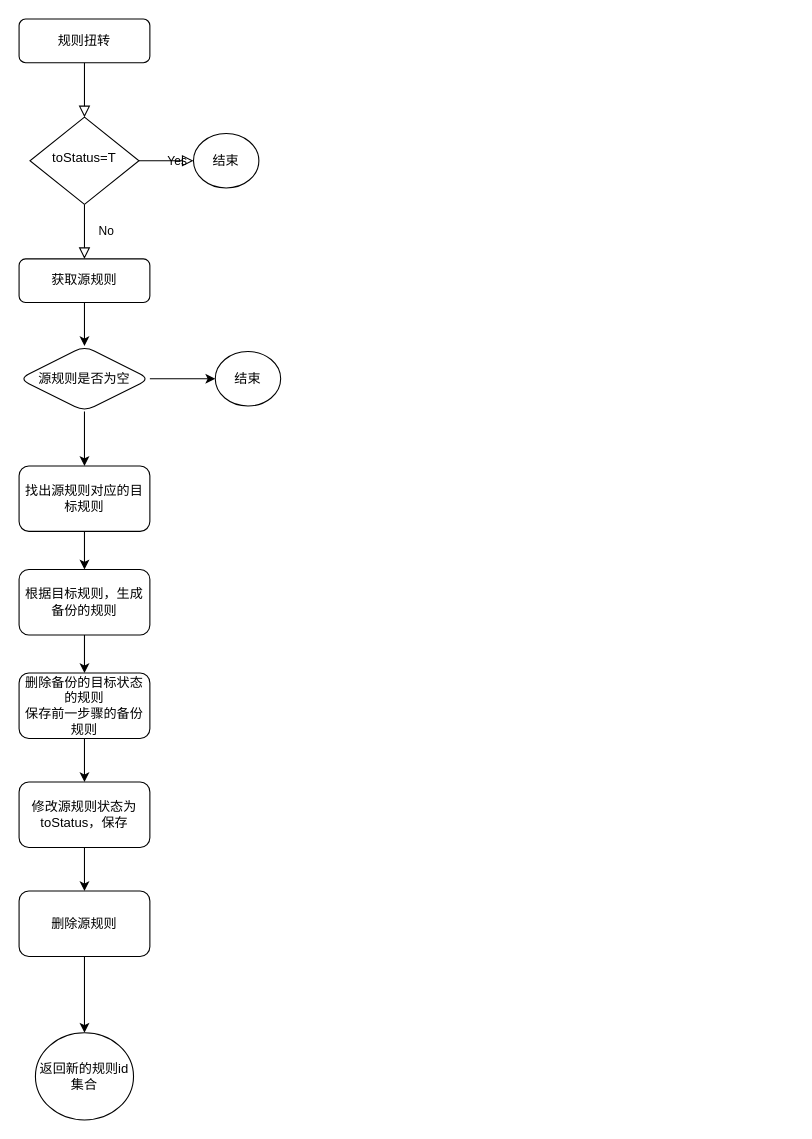
linjun-ddddd/mychat keeps this draw.io diagram as Untitled Diagram.drawio. Above is the earlier version. Source tidied: cells renumbered, new cells numbered last; positions are measured from the earlier drawing's top-left corner, leaving out a move shared by most shapes. Both pictures are drawn from the tidied source at 109%, with x=0, y=0 at pixel (19, 19).
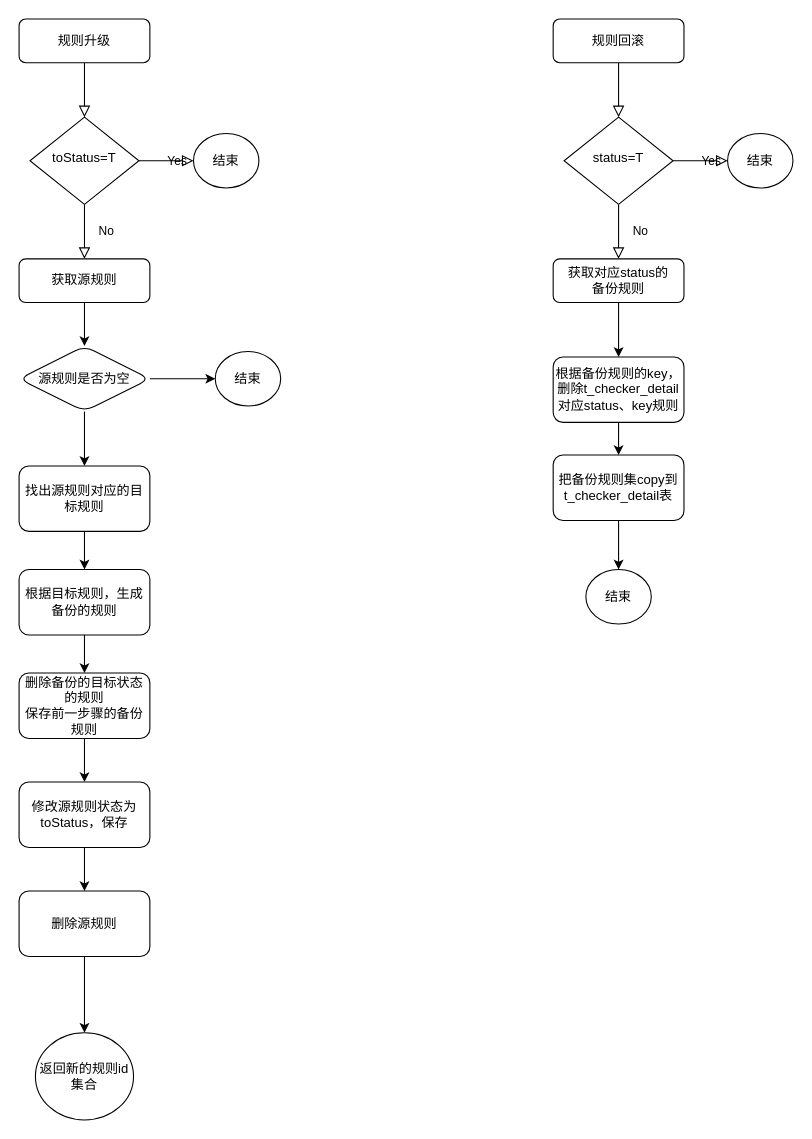
Above is the later version.

Commit message:
update checker status diag

Change to the diagram source:
```diff
@@
-    <mxCell id="3" value="规则扭转" style="rounded=1;whiteSpace=wrap;html=1;fontSize=12;glass=0;strokeWidth=1;shadow=0;" parent="1" vertex="1">
+    <mxCell id="3" value="规则升级" style="rounded=1;whiteSpace=wrap;html=1;fontSize=12;glass=0;strokeWidth=1;shadow=0;" parent="1" vertex="1">
       <mxGeometry width="120" height="40" as="geometry" />
     </mxCell>
@@
+    <mxCell id="25" style="rounded=0;html=1;jettySize=auto;fontSize=11;endArrow=block;endFill=0;endSize=8;strokeWidth=1;shadow=0;labelBackgroundColor=none;edgeStyle=orthogonalEdgeStyle;" parent="1" edge="1" source="26" target="29">
+      <mxGeometry relative="1" as="geometry" />
+    </mxCell>
+    <mxCell id="26" value="规则回滚" style="rounded=1;whiteSpace=wrap;html=1;fontSize=12;glass=0;strokeWidth=1;shadow=0;" parent="1" vertex="1">
+      <mxGeometry x="490" width="120" height="40" as="geometry" />
+    </mxCell>
+    <mxCell id="27" value="No" style="rounded=0;html=1;jettySize=auto;fontSize=11;endArrow=block;endFill=0;endSize=8;strokeWidth=1;shadow=0;labelBackgroundColor=none;edgeStyle=orthogonalEdgeStyle;" parent="1" edge="1" source="29" target="31">
+      <mxGeometry y="20" relative="1" as="geometry" />
+    </mxCell>
+    <mxCell id="28" value="Yes" style="edgeStyle=orthogonalEdgeStyle;rounded=0;html=1;jettySize=auto;fontSize=11;endArrow=block;endFill=0;endSize=8;strokeWidth=1;shadow=0;labelBackgroundColor=none;" parent="1" edge="1" source="29">
+      <mxGeometry y="10" relative="1" as="geometry">
+        <mxPoint x="650" y="130" as="targetPoint" />
+      </mxGeometry>
+    </mxCell>
+    <mxCell id="29" value="status=T" style="rhombus;whiteSpace=wrap;html=1;shadow=0;fontFamily=Helvetica;fontSize=12;align=center;strokeWidth=1;spacing=6;spacingTop=-4;" parent="1" vertex="1">
+      <mxGeometry x="500" y="90" width="100" height="80" as="geometry" />
+    </mxCell>
+    <mxCell id="30" style="edgeStyle=orthogonalEdgeStyle;rounded=0;jettySize=auto;html=1;" parent="1" edge="1" source="31" target="34">
+      <mxGeometry relative="1" as="geometry" />
+    </mxCell>
+    <mxCell id="31" value="获取对应status的&lt;br&gt;备份规则" style="rounded=1;whiteSpace=wrap;html=1;" parent="1" vertex="1">
+      <mxGeometry x="490" y="220" width="120" height="40" as="geometry" />
+    </mxCell>
+    <mxCell id="32" value="结束" style="ellipse;whiteSpace=wrap;html=1;rounded=1;" parent="1" vertex="1">
+      <mxGeometry x="650" y="105" width="60" height="50" as="geometry" />
+    </mxCell>
+    <mxCell id="33" style="edgeStyle=orthogonalEdgeStyle;rounded=0;jettySize=auto;html=1;" parent="1" edge="1" source="34" target="36">
+      <mxGeometry relative="1" as="geometry" />
+    </mxCell>
+    <mxCell id="34" value="根据备份规则的key，删除t_checker_detail对应status、key规则" style="whiteSpace=wrap;html=1;rounded=1;" parent="1" vertex="1">
+      <mxGeometry x="490" y="310" width="120" height="60" as="geometry" />
+    </mxCell>
+    <mxCell id="35" style="edgeStyle=orthogonalEdgeStyle;rounded=0;jettySize=auto;html=1;" parent="1" edge="1" source="36" target="37">
+      <mxGeometry relative="1" as="geometry" />
+    </mxCell>
+    <mxCell id="36" value="把备份规则集copy到t_checker_detail表" style="whiteSpace=wrap;html=1;rounded=1;" parent="1" vertex="1">
+      <mxGeometry x="490" y="400" width="120" height="60" as="geometry" />
+    </mxCell>
+    <mxCell id="37" value="结束" style="ellipse;whiteSpace=wrap;html=1;rounded=1;" parent="1" vertex="1">
+      <mxGeometry x="520" y="505" width="60" height="50" as="geometry" />
+    </mxCell>
```
